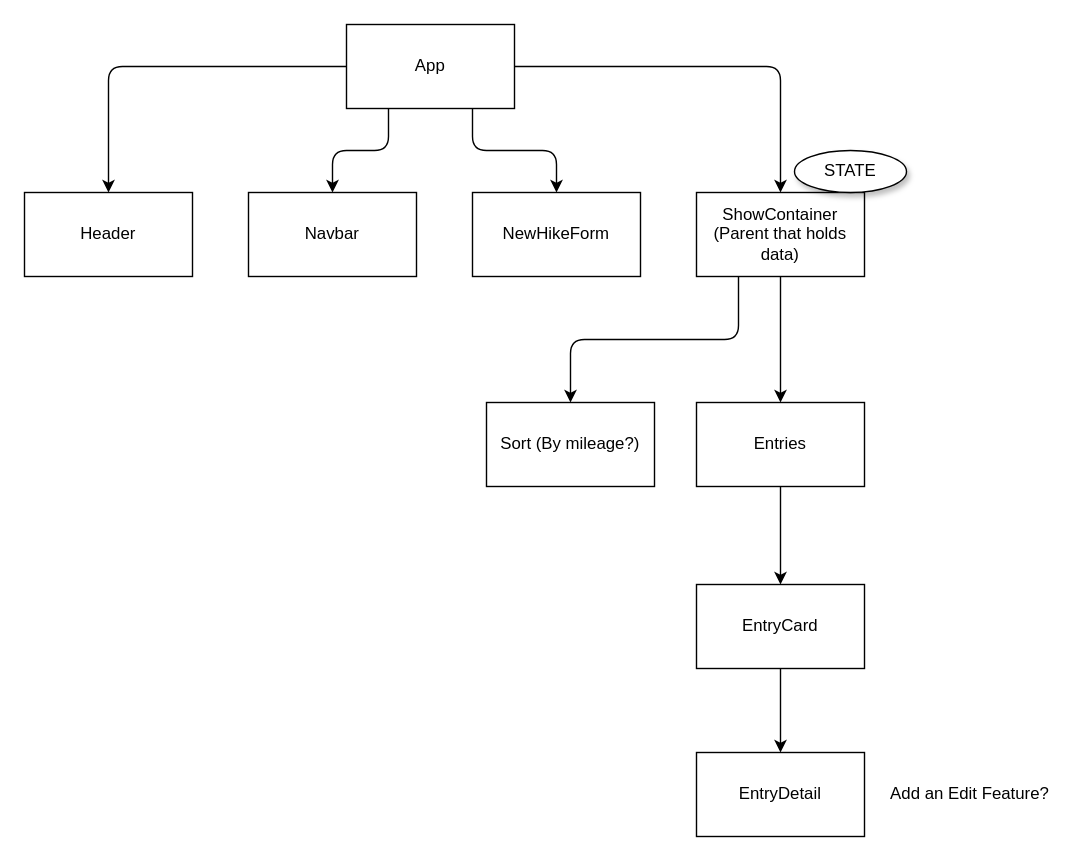
Above: Hierarchy.drawio in Stelluuh/Phase-2-Project-VentureLog (draw.io), before the change. Source tidied: cells renumbered, new cells numbered last; positions are measured from the earlier drawing's top-left corner, leaving out a move shared by most shapes. Both pictures are drawn from the tidied source at 140%, with x=0, y=0 at pixel (24, 24).
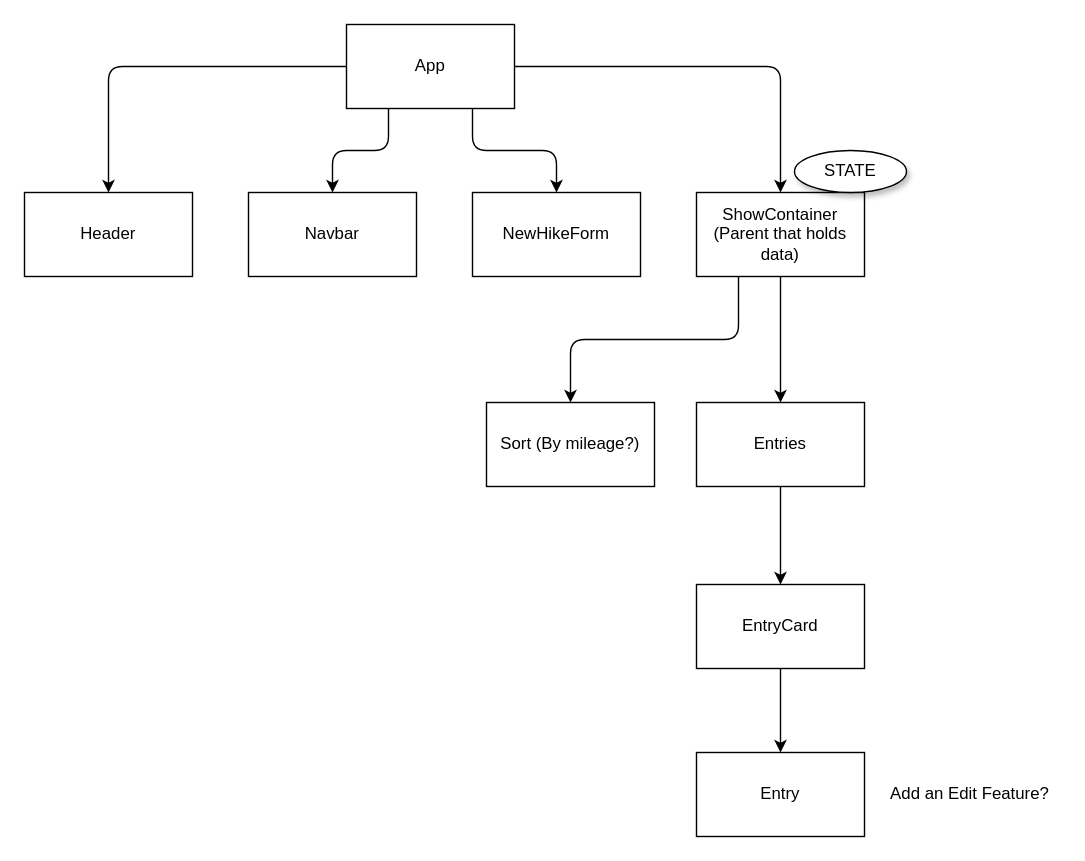
The same page after the edit.

What changed in the source:
```diff
@@
-    <mxCell id="18" value="EntryDetail" style="whiteSpace=wrap;html=1;" parent="1" vertex="1">
+    <mxCell id="18" value="Entry" style="whiteSpace=wrap;html=1;" parent="1" vertex="1">
       <mxGeometry x="480" y="520" width="120" height="60" as="geometry" />
     </mxCell>
```
